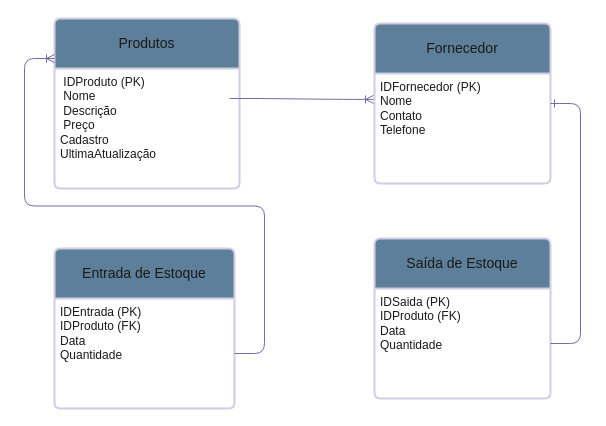
This is Diagrama sem nome.drawio from alexsabrasil/controle_de_estoque, a draw.io file, before an edit. Source tidied: cells renumbered, new cells numbered last; positions are measured from the earlier drawing's top-left corner, leaving out a move shared by most shapes. Both pictures are drawn from the tidied source at 100%, with x=0, y=0 at pixel (54, 18).
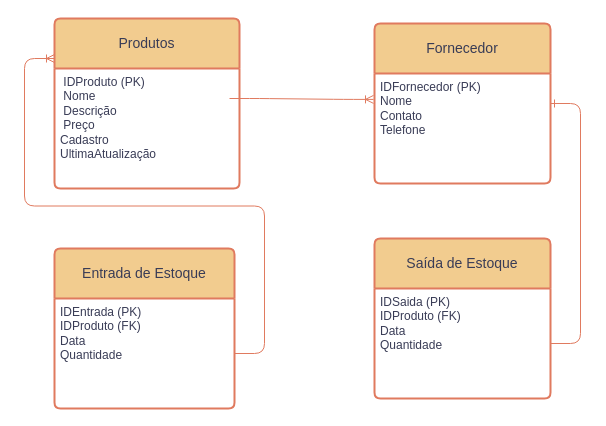
After the change.

The edit, as a diff of the source:
```diff
@@
 <mxGraphModel>
   <root>
     <mxCell id="0" />
     <mxCell id="1" parent="0" />
-    <mxCell id="2" value="Fornecedor" style="swimlane;horizontal=1;startSize=50;rounded=1;fontSize=14;fontStyle=0;strokeWidth=2;shadow=0;dashed=0;align=center;arcSize=4;whiteSpace=wrap;html=1;labelBackgroundColor=none;fillColor=#5D7F99;strokeColor=#D0CEE2;fontColor=#1A1A1A;" parent="1" vertex="1">
+    <mxCell id="2" value="Fornecedor" style="swimlane;horizontal=1;startSize=50;rounded=1;fontSize=14;fontStyle=0;strokeWidth=2;shadow=0;dashed=0;align=center;arcSize=4;whiteSpace=wrap;html=1;labelBackgroundColor=none;fillColor=#F2CC8F;strokeColor=#E07A5F;fontColor=#393C56;" parent="1" vertex="1">
       <mxGeometry x="320" y="5" width="176" height="160" as="geometry" />
     </mxCell>
-    <mxCell id="3" value="IDFornecedor (PK)&lt;br&gt;Nome&lt;br&gt;Contato&lt;br&gt;Telefone" style="align=left;strokeColor=none;fillColor=none;spacingLeft=4;fontSize=12;verticalAlign=top;html=1;labelBackgroundColor=none;fontColor=#1A1A1A;rounded=1;" parent="2" vertex="1">
+    <mxCell id="3" value="IDFornecedor (PK)&lt;br&gt;Nome&lt;br&gt;Contato&lt;br&gt;Telefone" style="align=left;strokeColor=none;fillColor=none;spacingLeft=4;fontSize=12;verticalAlign=top;html=1;labelBackgroundColor=none;fontColor=#393C56;rounded=1;" parent="2" vertex="1">
       <mxGeometry y="50" width="176" height="110" as="geometry" />
     </mxCell>
-    <mxCell id="4" value="Produtos" style="swimlane;horizontal=1;startSize=50;rounded=1;fontSize=14;fontStyle=0;strokeWidth=2;shadow=0;dashed=0;align=center;arcSize=4;whiteSpace=wrap;html=1;labelBackgroundColor=none;fillColor=#5D7F99;strokeColor=#D0CEE2;fontColor=#1A1A1A;" parent="1" vertex="1">
+    <mxCell id="4" value="Produtos" style="swimlane;horizontal=1;startSize=50;rounded=1;fontSize=14;fontStyle=0;strokeWidth=2;shadow=0;dashed=0;align=center;arcSize=4;whiteSpace=wrap;html=1;labelBackgroundColor=none;fillColor=#F2CC8F;strokeColor=#E07A5F;fontColor=#393C56;" parent="1" vertex="1">
       <mxGeometry width="185" height="170" as="geometry" />
     </mxCell>
-    <mxCell id="5" value="&amp;nbsp;IDProduto (PK)&lt;br&gt;&amp;nbsp;Nome&lt;br&gt;&amp;nbsp;Descrição&lt;br&gt;&amp;nbsp;Preço&lt;br&gt;Cadastro&lt;br&gt;UltimaAtualização" style="align=left;strokeColor=none;fillColor=none;spacingLeft=4;fontSize=12;verticalAlign=top;html=1;labelBackgroundColor=none;fontColor=#1A1A1A;rounded=1;" parent="4" vertex="1">
+    <mxCell id="5" value="&amp;nbsp;IDProduto (PK)&lt;br&gt;&amp;nbsp;Nome&lt;br&gt;&amp;nbsp;Descrição&lt;br&gt;&amp;nbsp;Preço&lt;br&gt;Cadastro&lt;br&gt;UltimaAtualização" style="align=left;strokeColor=none;fillColor=none;spacingLeft=4;fontSize=12;verticalAlign=top;html=1;labelBackgroundColor=none;fontColor=#393C56;rounded=1;" parent="4" vertex="1">
       <mxGeometry y="50" width="185" height="120" as="geometry" />
     </mxCell>
-    <mxCell id="6" value="Entrada de Estoque" style="swimlane;horizontal=1;startSize=50;rounded=1;fontSize=14;fontStyle=0;strokeWidth=2;shadow=0;dashed=0;align=center;arcSize=4;whiteSpace=wrap;html=1;labelBackgroundColor=none;fillColor=#5D7F99;strokeColor=#D0CEE2;fontColor=#1A1A1A;" parent="1" vertex="1">
+    <mxCell id="6" value="Entrada de Estoque" style="swimlane;horizontal=1;startSize=50;rounded=1;fontSize=14;fontStyle=0;strokeWidth=2;shadow=0;dashed=0;align=center;arcSize=4;whiteSpace=wrap;html=1;labelBackgroundColor=none;fillColor=#F2CC8F;strokeColor=#E07A5F;fontColor=#393C56;" parent="1" vertex="1">
       <mxGeometry y="230" width="180" height="160" as="geometry" />
     </mxCell>
-    <mxCell id="7" value="IDEntrada (PK)&lt;br&gt;IDProduto (FK)&lt;br&gt;Data&lt;br&gt;Quantidade" style="align=left;strokeColor=none;fillColor=none;spacingLeft=4;fontSize=12;verticalAlign=top;html=1;labelBackgroundColor=none;fontColor=#1A1A1A;rounded=1;" parent="6" vertex="1">
+    <mxCell id="7" value="IDEntrada (PK)&lt;br&gt;IDProduto (FK)&lt;br&gt;Data&lt;br&gt;Quantidade" style="align=left;strokeColor=none;fillColor=none;spacingLeft=4;fontSize=12;verticalAlign=top;html=1;labelBackgroundColor=none;fontColor=#393C56;rounded=1;" parent="6" vertex="1">
       <mxGeometry y="50" width="180" height="110" as="geometry" />
     </mxCell>
-    <mxCell id="8" value="Saída de Estoque" style="swimlane;horizontal=1;startSize=50;rounded=1;fontSize=14;fontStyle=0;strokeWidth=2;shadow=0;dashed=0;align=center;arcSize=4;whiteSpace=wrap;html=1;labelBackgroundColor=none;fillColor=#5D7F99;strokeColor=#D0CEE2;fontColor=#1A1A1A;" parent="1" vertex="1">
+    <mxCell id="8" value="Saída de Estoque" style="swimlane;horizontal=1;startSize=50;rounded=1;fontSize=14;fontStyle=0;strokeWidth=2;shadow=0;dashed=0;align=center;arcSize=4;whiteSpace=wrap;html=1;labelBackgroundColor=none;fillColor=#F2CC8F;strokeColor=#E07A5F;fontColor=#393C56;" parent="1" vertex="1">
       <mxGeometry x="320" y="220" width="176" height="160" as="geometry" />
     </mxCell>
-    <mxCell id="9" value="IDSaida (PK)&lt;br&gt;IDProduto (FK)&lt;br&gt;Data&lt;br&gt;Quantidade" style="align=left;strokeColor=none;fillColor=none;spacingLeft=4;fontSize=12;verticalAlign=top;html=1;labelBackgroundColor=none;fontColor=#1A1A1A;rounded=1;" parent="8" vertex="1">
+    <mxCell id="9" value="IDSaida (PK)&lt;br&gt;IDProduto (FK)&lt;br&gt;Data&lt;br&gt;Quantidade" style="align=left;strokeColor=none;fillColor=none;spacingLeft=4;fontSize=12;verticalAlign=top;html=1;labelBackgroundColor=none;fontColor=#393C56;rounded=1;" parent="8" vertex="1">
       <mxGeometry y="50" width="176" height="110" as="geometry" />
     </mxCell>
-    <mxCell id="10" style="edgeStyle=entityRelationEdgeStyle;fontSize=12;html=1;endArrow=ERoneToMany;rounded=1;entryX=-0.006;entryY=0.1;entryDx=0;entryDy=0;entryPerimeter=0;labelBackgroundColor=none;strokeColor=#736CA8;fontColor=default;exitX=1;exitY=0.118;exitDx=0;exitDy=0;exitPerimeter=0;" parent="1" edge="1">
+    <mxCell id="10" style="edgeStyle=entityRelationEdgeStyle;fontSize=12;html=1;endArrow=ERoneToMany;rounded=1;entryX=-0.006;entryY=0.1;entryDx=0;entryDy=0;entryPerimeter=0;labelBackgroundColor=none;strokeColor=#E07A5F;fontColor=default;exitX=1;exitY=0.118;exitDx=0;exitDy=0;exitPerimeter=0;" parent="1" edge="1">
       <mxGeometry relative="1" as="geometry">
         <mxPoint x="175" y="80" as="sourcePoint" />
         <mxPoint x="319" y="80.9" as="targetPoint" />
         <Array as="points">
           <mxPoint x="150" y="179.9" />
           <mxPoint x="140" y="199.9" />
         </Array>
       </mxGeometry>
     </mxCell>
-    <mxCell id="11" style="edgeStyle=entityRelationEdgeStyle;fontSize=12;html=1;endArrow=ERone;endFill=1;rounded=1;labelBackgroundColor=none;strokeColor=#736CA8;fontColor=default;exitX=1;exitY=0.5;exitDx=0;exitDy=0;" parent="1" edge="1" source="9" target="2">
+    <mxCell id="11" style="edgeStyle=entityRelationEdgeStyle;fontSize=12;html=1;endArrow=ERone;endFill=1;rounded=1;labelBackgroundColor=none;strokeColor=#E07A5F;fontColor=default;exitX=1;exitY=0.5;exitDx=0;exitDy=0;" parent="1" edge="1" source="9" target="2">
       <mxGeometry relative="1" as="geometry">
         <Array as="points">
           <mxPoint x="510" y="330" />
           <mxPoint x="576" y="266" />
           <mxPoint x="627" y="28" />
           <mxPoint x="496" y="120" />
           <mxPoint x="637" y="68" />
         </Array>
       </mxGeometry>
     </mxCell>
-    <mxCell id="12" style="edgeStyle=entityRelationEdgeStyle;fontSize=12;html=1;endArrow=ERoneToMany;rounded=1;strokeColor=#736CA8;fontColor=default;labelBackgroundColor=none;" parent="1" edge="1" source="7">
+    <mxCell id="12" style="edgeStyle=entityRelationEdgeStyle;fontSize=12;html=1;endArrow=ERoneToMany;rounded=1;strokeColor=#E07A5F;fontColor=default;labelBackgroundColor=none;" parent="1" edge="1" source="7">
       <mxGeometry relative="1" as="geometry">
         <mxPoint y="40" as="targetPoint" />
       </mxGeometry>
     </mxCell>
   </root>
 </mxGraphModel>
```
